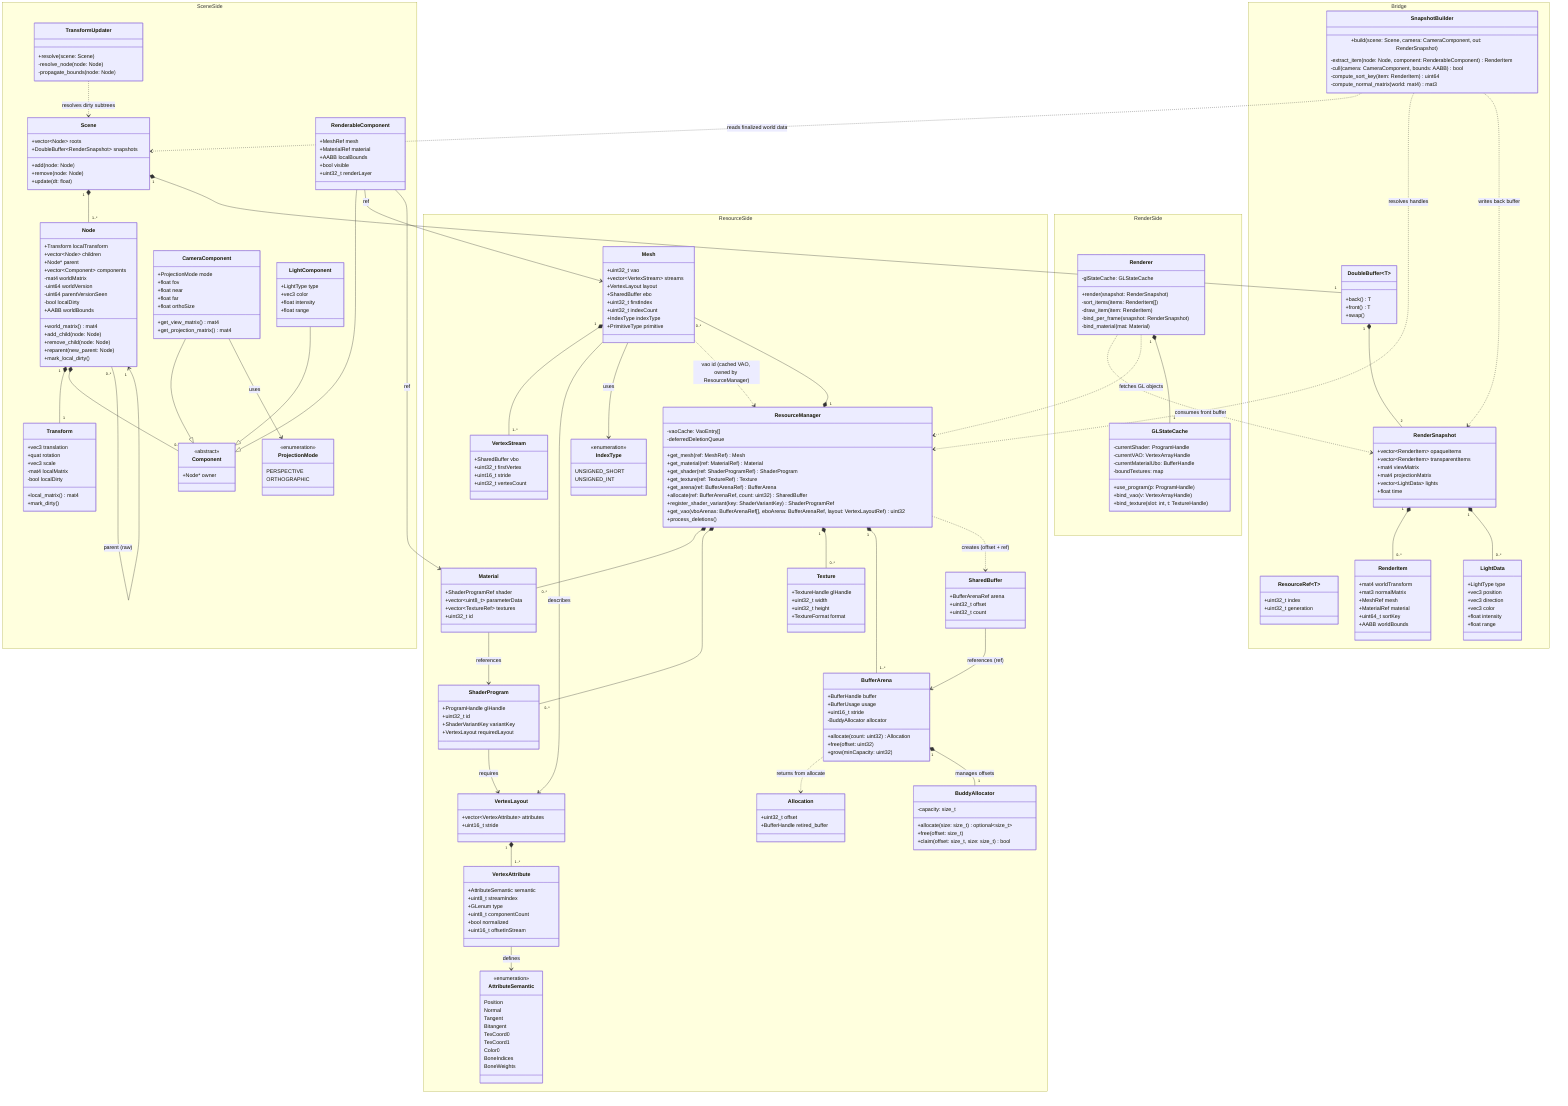
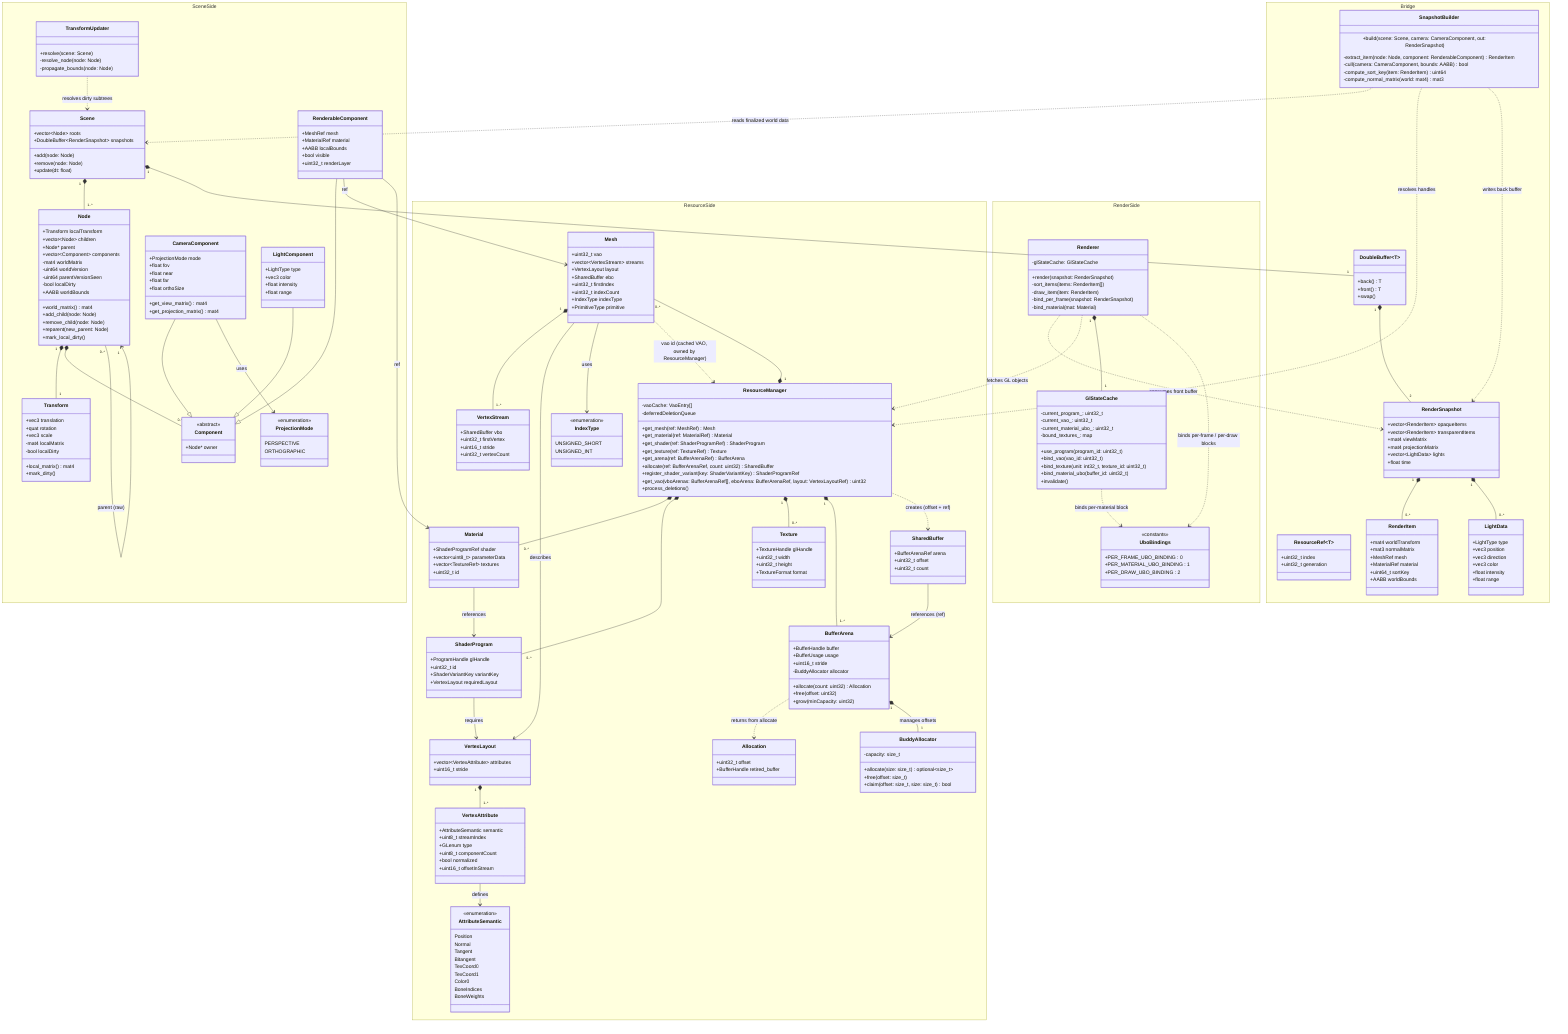
classDiagram
    namespace SceneSide {
        class Scene {
            +vector~Node~ roots
            +DoubleBuffer~RenderSnapshot~ snapshots
            +add(node: Node)
            +remove(node: Node)
            +update(dt: float)
        }

        class Node {
            +Transform localTransform
            +vector~Node~ children
            +Node* parent
            +vector~Component~ components
            -mat4 worldMatrix
            -uint64 worldVersion
            -uint64 parentVersionSeen
            -bool localDirty
            +AABB worldBounds
            +world_matrix() mat4
            +add_child(node: Node)
            +remove_child(node: Node)
            +reparent(new_parent: Node)
            +mark_local_dirty()
        }

        class Transform {
            +vec3 translation
            +quat rotation
            +vec3 scale
            -mat4 localMatrix
            -bool localDirty
            +local_matrix() mat4
            +mark_dirty()
        }

        class Component {
            <<abstract>>
            +Node* owner
        }

        class RenderableComponent {
            +MeshRef mesh
            +MaterialRef material
            +AABB localBounds
            +bool visible
            +uint32_t renderLayer
        }

        class CameraComponent {
            +ProjectionMode mode
            +float fov
            +float near
            +float far
            +float orthoSize
            +get_view_matrix() mat4
            +get_projection_matrix() mat4
        }

        class ProjectionMode {
            <<enumeration>>
            PERSPECTIVE
            ORTHOGRAPHIC
        }

        class LightComponent {
            +LightType type
            +vec3 color
            +float intensity
            +float range
        }

        class TransformUpdater {
            +resolve(scene: Scene)
            -resolve_node(node: Node)
            -propagate_bounds(node: Node)
        }
    }

    namespace Bridge {
        class ResourceRef~T~ {
            +uint32_t index
            +uint32_t generation
        }

        class SnapshotBuilder {
            +build(scene: Scene, camera: CameraComponent, out: RenderSnapshot)
            -extract_item(node: Node, component: RenderableComponent) RenderItem
            -cull(camera: CameraComponent, bounds: AABB) bool
            -compute_sort_key(item: RenderItem) uint64
            -compute_normal_matrix(world: mat4) mat3
        }

        class DoubleBuffer~T~ {
            +back() T
            +front() T
            +swap()
        }

        class RenderSnapshot {
            +vector~RenderItem~ opaqueItems
            +vector~RenderItem~ transparentItems
            +mat4 viewMatrix
            +mat4 projectionMatrix
            +vector~LightData~ lights
            +float time
        }

        class RenderItem {
            +mat4 worldTransform
            +mat3 normalMatrix
            +MeshRef mesh
            +MaterialRef material
            +uint64_t sortKey
            +AABB worldBounds
        }

        class LightData {
            +LightType type
            +vec3 position
            +vec3 direction
            +vec3 color
            +float intensity
            +float range
        }
    }

    namespace ResourceSide {
        class ResourceManager {
            +get_mesh(ref: MeshRef) Mesh
            +get_material(ref: MaterialRef) Material
            +get_shader(ref: ShaderProgramRef) ShaderProgram
            +get_texture(ref: TextureRef) Texture
            +get_arena(ref: BufferArenaRef) BufferArena
            +allocate(ref: BufferArenaRef, count: uint32) SharedBuffer
            +register_shader_variant(key: ShaderVariantKey) ShaderProgramRef
            +get_vao(vboArenas: BufferArenaRef[], eboArena: BufferArenaRef, layout: VertexLayoutRef) uint32
            -vaoCache: VaoEntry[]
            -deferredDeletionQueue
            +process_deletions()
        }

        class AttributeSemantic {
            <<enumeration>>
            Position
            Normal
            Tangent
            Bitangent
            TexCoord0
            TexCoord1
            Color0
            BoneIndices
            BoneWeights
        }

        class VertexAttribute {
            +AttributeSemantic semantic
            +uint8_t streamIndex
            +GLenum type
            +uint8_t componentCount
            +bool normalized
            +uint16_t offsetInStream
        }

        class VertexLayout {
            +vector~VertexAttribute~ attributes
            +uint16_t stride
        }

        class VertexStream {
            +SharedBuffer vbo
            +uint32_t firstVertex
            +uint16_t stride
            +uint32_t vertexCount
        }

        class IndexType {
            <<enumeration>>
            UNSIGNED_SHORT
            UNSIGNED_INT
        }

        class Mesh {
            +uint32_t vao
            +vector~VertexStream~ streams
            +VertexLayout layout
            +SharedBuffer ebo
            +uint32_t firstIndex
            +uint32_t indexCount
            +IndexType indexType
            +PrimitiveType primitive
        }

        class SharedBuffer {
            +BufferArenaRef arena
            +uint32_t offset
            +uint32_t count
        }

        class BufferArena {
            +BufferHandle buffer
            +BufferUsage usage
            +uint16_t stride
            -BuddyAllocator allocator
            +allocate(count: uint32) Allocation
            +free(offset: uint32)
            +grow(minCapacity: uint32)
        }

        class Allocation {
            +uint32_t offset
            +BufferHandle retired_buffer
        }

        class BuddyAllocator {
            -capacity: size_t
            +allocate(size: size_t) optional~size_t~
            +free(offset: size_t)
            +claim(offset: size_t, size: size_t) bool
        }

        class Material {
            +ShaderProgramRef shader
            +vector~uint8_t~ parameterData
            +vector~TextureRef~ textures
            +uint32_t id
        }

        class ShaderProgram {
            +ProgramHandle glHandle
            +uint32_t id
            +ShaderVariantKey variantKey
            +VertexLayout requiredLayout
        }

        class Texture {
            +TextureHandle glHandle
            +uint32_t width
            +uint32_t height
            +TextureFormat format
        }
    }

    namespace RenderSide {
        class Renderer {
            +render(snapshot: RenderSnapshot)
            -sort_items(items: RenderItem[])
            -draw_item(item: RenderItem)
            -bind_per_frame(snapshot: RenderSnapshot)
            -bind_material(mat: Material)
-             -glStateCache: GLStateCache
-         }
- 
-         class GLStateCache {
-             -currentShader: ProgramHandle
-             -currentVAO: VertexArrayHandle
-             -currentMaterialUbo: BufferHandle
-             -boundTextures: map
-             +use_program(p: ProgramHandle)
-             +bind_vao(v: VertexArrayHandle)
-             +bind_texture(slot: int, t: TextureHandle)
+             -glStateCache: GlStateCache
+         }
+ 
+         class GlStateCache {
+             -current_program_: uint32_t
+             -current_vao_: uint32_t
+             -current_material_ubo_: uint32_t
+             -bound_textures_: map
+             +use_program(program_id: uint32_t)
+             +bind_vao(vao_id: uint32_t)
+             +bind_texture(unit: int32_t, texture_id: uint32_t)
+             +bind_material_ubo(buffer_id: uint32_t)
+             +invalidate()
+         }
+ 
+         class UboBindings {
+             <<constants>>
+             +PER_FRAME_UBO_BINDING : 0
+             +PER_MATERIAL_UBO_BINDING : 1
+             +PER_DRAW_UBO_BINDING : 2
        }
    }

    Scene "1" *-- "1..*" Node
    Scene "1" *-- "1" DoubleBuffer
    Node "1" *-- "1" Transform
    Node "1" *-- "0..*" Component
    Node "1" *-- "0..*" Node : children
    Node "0..*" --> "1" Node : parent (raw)
    RenderableComponent --|> Component
    CameraComponent --|> Component
    LightComponent --|> Component
    CameraComponent --> ProjectionMode : uses

    TransformUpdater ..> Scene : resolves dirty subtrees
    SnapshotBuilder ..> Scene : reads finalized world data
    SnapshotBuilder ..> ResourceManager : resolves handles
    SnapshotBuilder ..> RenderSnapshot : writes back buffer

    DoubleBuffer "1" *-- "2" RenderSnapshot
    RenderSnapshot "1" *-- "0..*" RenderItem
    RenderSnapshot "1" *-- "0..*" LightData

    Renderer ..> RenderSnapshot : consumes front buffer
    Renderer ..> ResourceManager : fetches GL objects
-     Renderer "1" *-- "1" GLStateCache
+     Renderer "1" *-- "1" GlStateCache
+     Renderer ..> UboBindings : binds per-frame / per-draw blocks
+     GlStateCache ..> UboBindings : binds per-material block

    ResourceManager "1" *-- "0..*" Mesh
    ResourceManager "1" *-- "0..*" Material
    ResourceManager "1" *-- "0..*" ShaderProgram
    ResourceManager "1" *-- "0..*" Texture
    ResourceManager "1" *-- "1..*" BufferArena

    ResourceManager ..> SharedBuffer : creates (offset + ref)
    BufferArena ..> Allocation : returns from allocate
    BufferArena "1" *-- "1" BuddyAllocator : manages offsets
    SharedBuffer --> BufferArena : references (ref)
    Mesh "1" *-- "1..*" VertexStream
    Mesh --> VertexLayout : describes
    Mesh --> IndexType : uses
    Mesh ..> ResourceManager : vao id (cached VAO, owned by ResourceManager)
    VertexLayout "1" *-- "1..*" VertexAttribute
    VertexAttribute --> AttributeSemantic : defines

    Material --> ShaderProgram : references
    ShaderProgram --> VertexLayout : requires
    RenderableComponent --> Mesh : ref
    RenderableComponent --> Material : ref